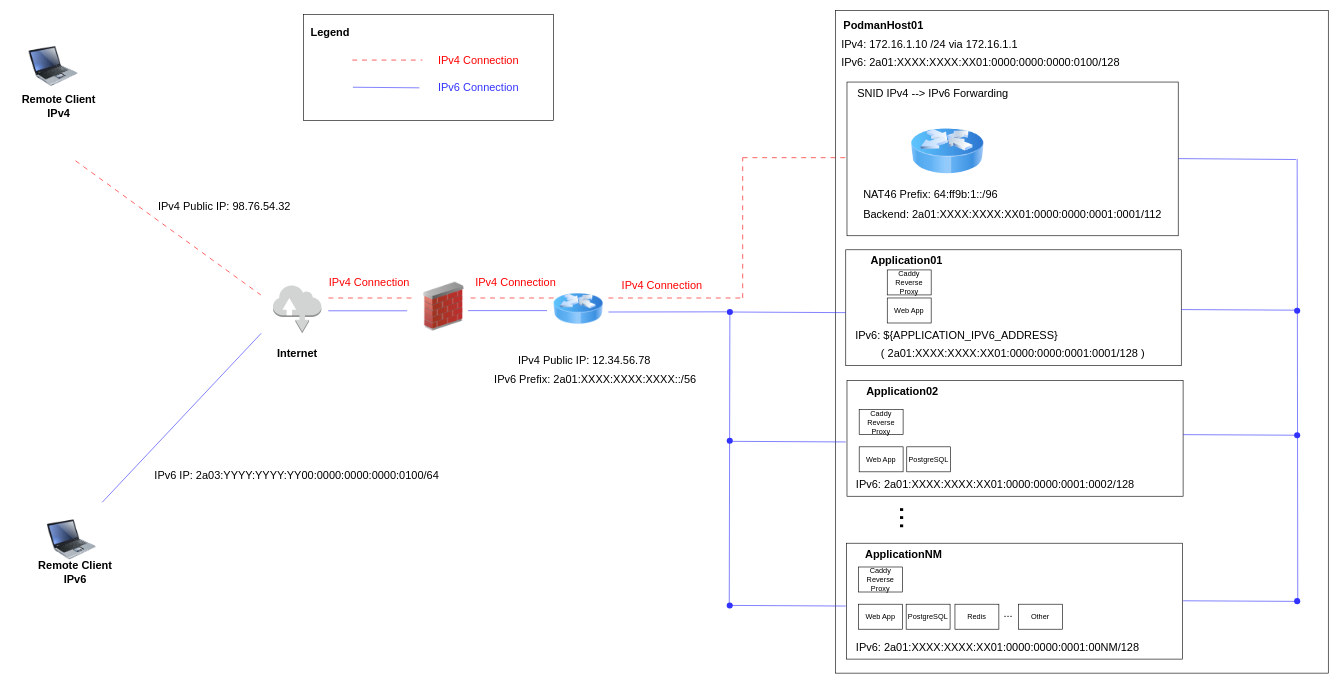
containers/podman keeps this draw.io diagram as page "Overview" (1 of 2) of docs/tutorials/podman_pasta_ipv6_with_snid_ipv4.drawio. Above is the earlier version. Source tidied: cells renumbered, new cells numbered last; positions are measured from the earlier drawing's top-left corner, leaving out a move shared by most shapes. Both pictures are drawn from the tidied source at 61%, with x=0, y=0 at pixel (10, 10).
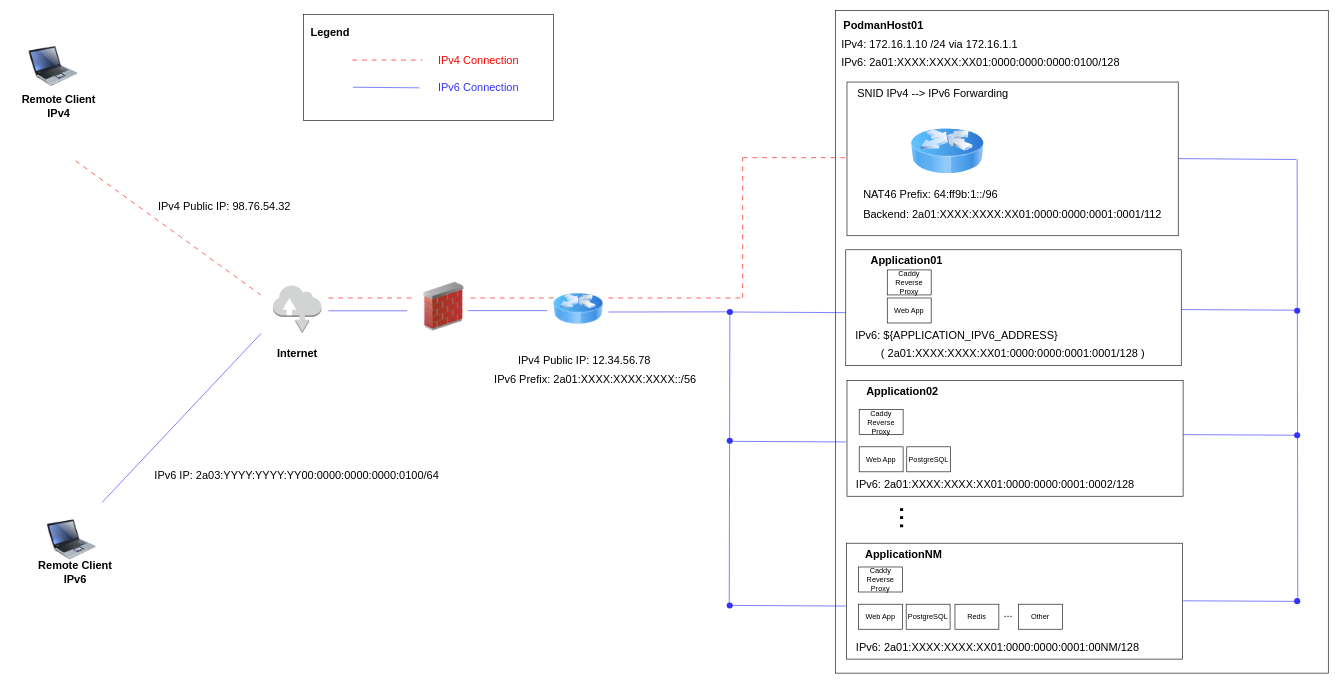
Above is the later version.

Commit message (it also covers changes not shown here):
Added note about evaluating podman compose file and replacing Variables with Values. Updated Network Diagram by removing some residual IPv4 Connection Annotations.

The edit, as a diff of the source:
```diff
@@
-    <mxCell id="70" value="IPv4 Connection" style="text;html=1;align=left;verticalAlign=middle;whiteSpace=wrap;rounded=0;fontSize=18;fontStyle=0;fontColor=#FF0000;" parent="1" vertex="1">
-      <mxGeometry x="520" y="429.5" width="140" height="32" as="geometry" />
-    </mxCell>
-    <mxCell id="71" value="IPv4 Connection" style="text;html=1;align=left;verticalAlign=middle;whiteSpace=wrap;rounded=0;fontSize=18;fontStyle=0;fontColor=#FF0000;" parent="1" vertex="1">
-      <mxGeometry x="760" y="429.5" width="140" height="32" as="geometry" />
-    </mxCell>
@@
-    <mxCell id="74" value="IPv4 Connection" style="text;html=1;align=left;verticalAlign=middle;whiteSpace=wrap;rounded=0;fontSize=18;fontStyle=0;fontColor=#FF0000;" parent="1" vertex="1">
-      <mxGeometry x="1000" y="434" width="140" height="32" as="geometry" />
-    </mxCell>
```
